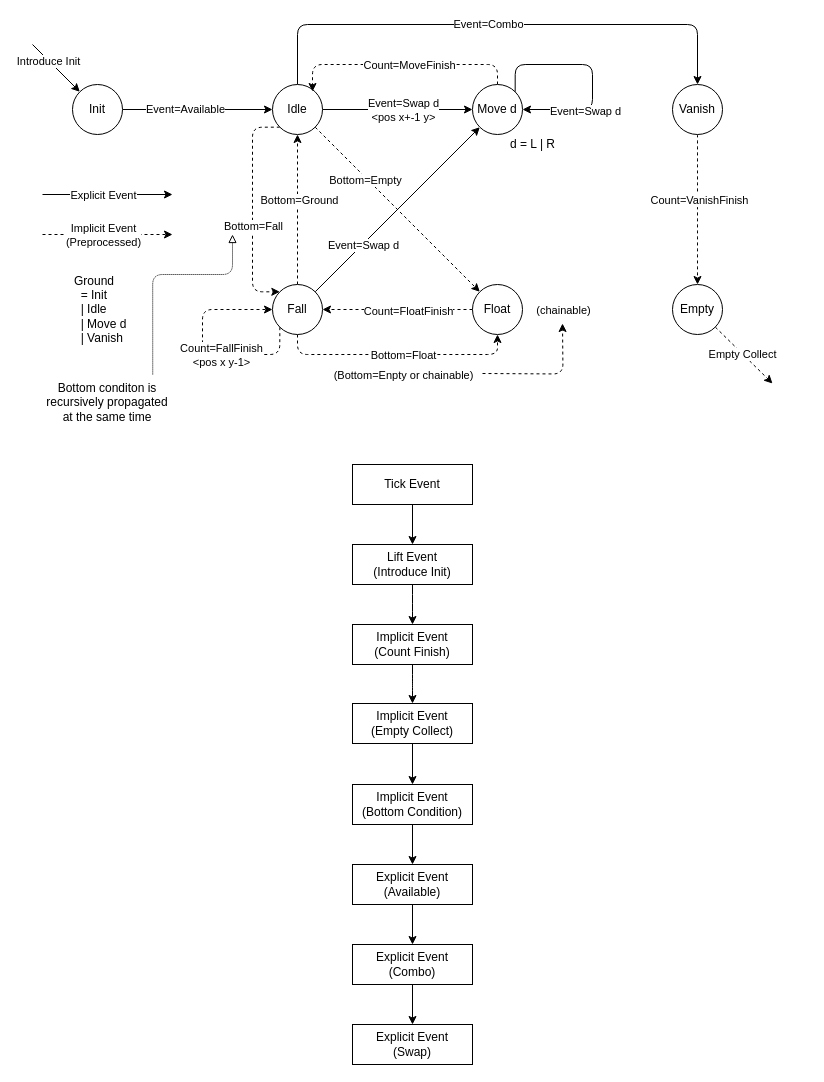
Before: panel.drawio in matonix/panepon, a draw.io diagram. Source tidied: cells renumbered, new cells numbered last; positions are measured from the earlier drawing's top-left corner, leaving out a move shared by most shapes. Both pictures are drawn from the tidied source at 100%, with x=0, y=0 at pixel (32, 24).
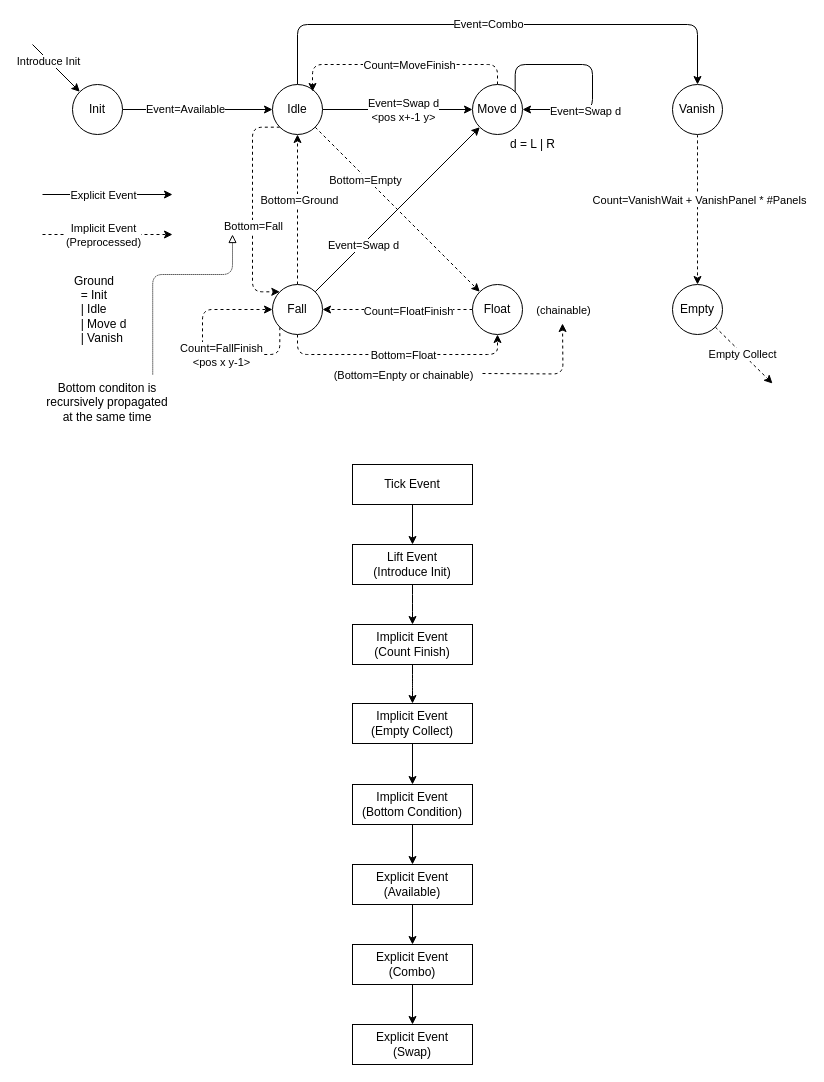
The same page after the edit.

Unchanged cells that the change refers to:
```xml
<mxCell id="16" style="edgeStyle=orthogonalEdgeStyle;curved=1;jettySize=auto;html=1;exitX=0.5;exitY=1;exitDx=0;exitDy=0;entryX=0.5;entryY=0;entryDx=0;entryDy=0;dashed=1;" parent="1" edge="1" source="18" target="33">
  <mxGeometry relative="1" as="geometry" />
</mxCell>
```

The edit, as a diff of the source:
```diff
@@
-    <mxCell id="17" value="Count=VanishFinish" style="edgeLabel;html=1;align=center;verticalAlign=middle;" parent="16" vertex="1">
+    <mxCell id="17" value="Count=VanishWait + VanishPanel * #Panels" style="edgeLabel;html=1;align=center;verticalAlign=middle;" parent="16" vertex="1">
       <mxGeometry x="-0.14" y="1" relative="1" as="geometry" />
     </mxCell>
```
